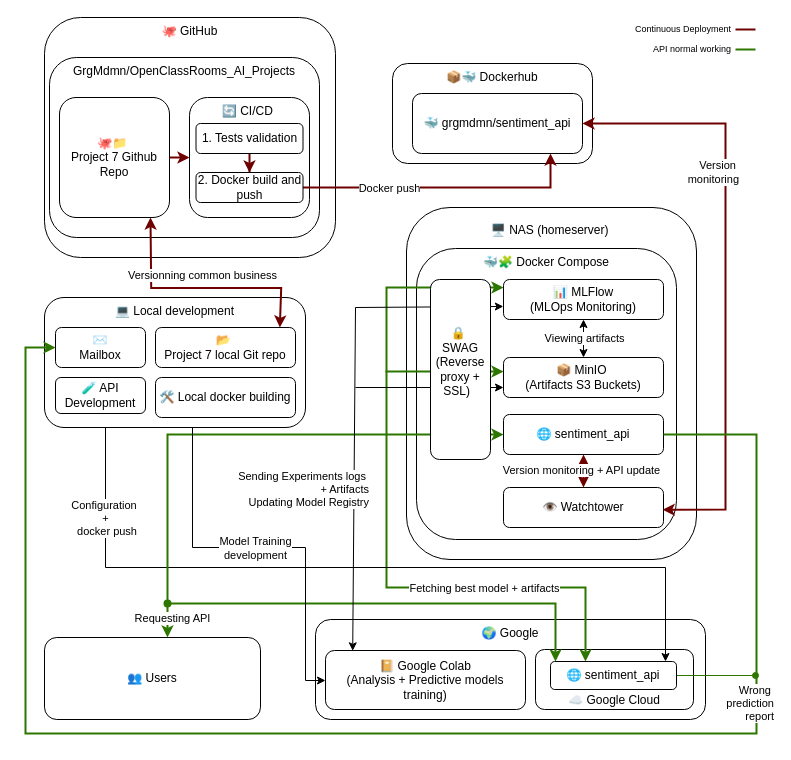
GrgMdmn/OpenClassrooms_AI_Projects keeps this draw.io diagram as Project_7/docs/diagram.drawio. Above is the earlier version. Source tidied: cells renumbered, new cells numbered last; positions are measured from the earlier drawing's top-left corner, leaving out a move shared by most shapes. Both pictures are drawn from the tidied source at 100%, with x=0, y=0 at pixel (25, 17).
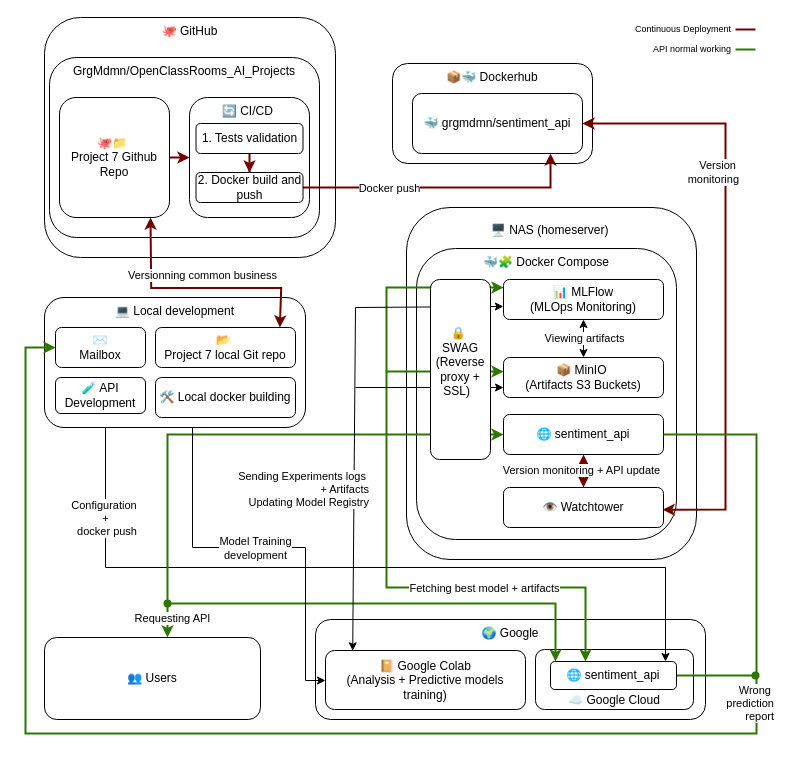
Above is the later version.

Unchanged cells that the change refers to:
```xml
<mxCell id="21" value="&lt;div&gt;🌐 sentiment_api&lt;/div&gt;" style="rounded=1;whiteSpace=wrap;html=1;" parent="1" vertex="1">
  <mxGeometry x="525" y="644" width="126" height="28" as="geometry" />
</mxCell>
```

What changed in the source:
```diff
@@
-    <mxCell id="20" style="edgeStyle=orthogonalEdgeStyle;rounded=0;jettySize=auto;html=1;endArrow=oval;endFill=1;fillColor=#60a917;strokeColor=#2D7600;" parent="1" edge="1" source="21">
+    <mxCell id="20" style="edgeStyle=orthogonalEdgeStyle;rounded=0;jettySize=auto;html=1;endArrow=oval;endFill=1;fillColor=#60a917;strokeColor=#2D7600;strokeWidth=2;" parent="1" edge="1" source="21">
       <mxGeometry relative="1" as="geometry">
         <mxPoint x="730" y="658" as="targetPoint" />
       </mxGeometry>
     </mxCell>
```
